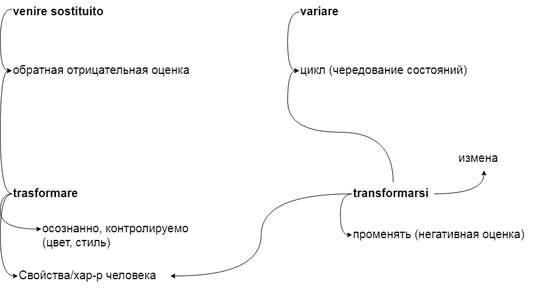
Above: обмен3.png in JanaKoko/try (draw.io), before the change. Source tidied: cells renumbered, new cells last; positions are measured from the earlier drawing's top-left corner, leaving out a move shared by most shapes.
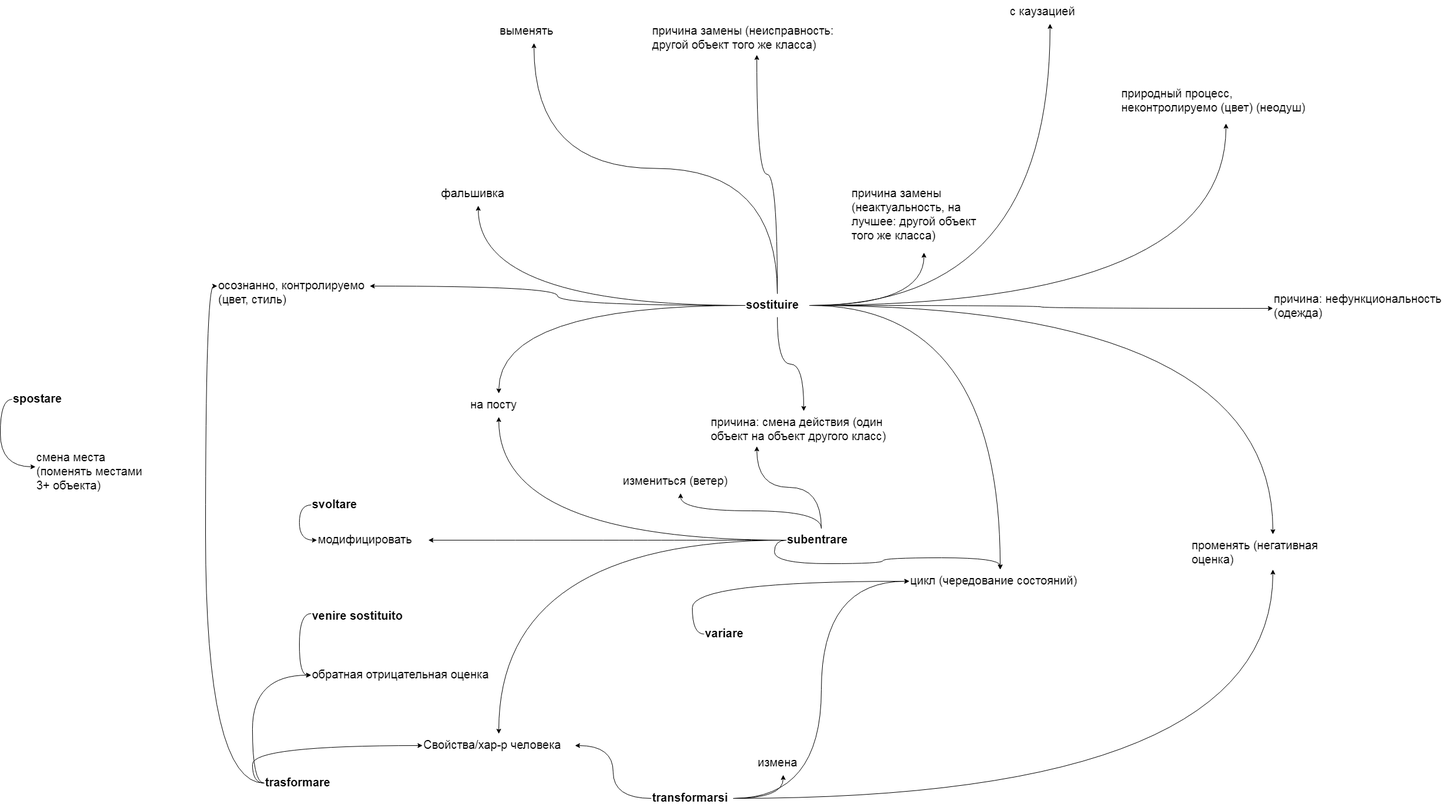
After the commit.

Diff of the diagram source:
```diff
@@ -15,10 +15,10 @@
       <mxGeometry relative="1" as="geometry" />
     </mxCell>
     <mxCell id="6" value="variare" style="text;whiteSpace=wrap;html=1;fontSize=20;fontStyle=1;" parent="1" vertex="1">
-      <mxGeometry x="490" width="90" height="40" as="geometry" />
+      <mxGeometry x="670" y="30" width="90" height="40" as="geometry" />
     </mxCell>
     <mxCell id="7" value="цикл (чередование состояний)" style="text;whiteSpace=wrap;html=1;fontSize=20;" parent="1" vertex="1">
-      <mxGeometry x="490" y="100" width="310" height="40" as="geometry" />
+      <mxGeometry x="1020" y="-60" width="310" height="40" as="geometry" />
     </mxCell>
     <mxCell id="8" style="edgeStyle=orthogonalEdgeStyle;curved=1;rounded=0;jettySize=auto;html=1;entryX=0;entryY=0.5;entryDx=0;entryDy=0;fontSize=20;exitX=0;exitY=0.5;exitDx=0;exitDy=0;" parent="1" edge="1" source="11" target="4">
       <mxGeometry relative="1" as="geometry" />
@@ -30,13 +30,13 @@
       <mxGeometry relative="1" as="geometry" />
     </mxCell>
     <mxCell id="11" value="trasformare" style="text;whiteSpace=wrap;html=1;fontSize=20;fontStyle=1;" parent="1" vertex="1">
-      <mxGeometry y="310" width="130" height="40" as="geometry" />
+      <mxGeometry x="-80" y="284" width="130" height="40" as="geometry" />
     </mxCell>
     <mxCell id="12" value="осознанно, контролируемо (цвет, стиль)" style="text;whiteSpace=wrap;html=1;fontSize=20;" parent="1" vertex="1">
-      <mxGeometry x="50" y="370" width="280" height="40" as="geometry" />
+      <mxGeometry x="-160" y="-563" width="260" height="40" as="geometry" />
     </mxCell>
     <mxCell id="13" value="Свойства/хар-р человека" style="text;whiteSpace=wrap;html=1;fontSize=20;" parent="1" vertex="1">
-      <mxGeometry x="10" y="450" width="260" height="40" as="geometry" />
+      <mxGeometry x="190" y="220" width="260" height="40" as="geometry" />
     </mxCell>
     <mxCell id="14" style="edgeStyle=orthogonalEdgeStyle;curved=1;rounded=0;jettySize=auto;html=1;entryX=0.5;entryY=1;entryDx=0;entryDy=0;fontSize=20;" parent="1" edge="1" source="18" target="19">
       <mxGeometry relative="1" as="geometry" />
@@ -47,7 +47,7 @@
     <mxCell id="16" style="edgeStyle=orthogonalEdgeStyle;curved=1;rounded=0;jettySize=auto;html=1;entryX=0;entryY=0.5;entryDx=0;entryDy=0;fontSize=20;" parent="1" edge="1" source="18" target="7">
       <mxGeometry relative="1" as="geometry" />
     </mxCell>
-    <mxCell id="17" style="edgeStyle=orthogonalEdgeStyle;curved=1;rounded=0;jettySize=auto;html=1;exitX=0;exitY=0.5;exitDx=0;exitDy=0;fontSize=20;entryX=0;entryY=0.5;entryDx=0;entryDy=0;" parent="1" edge="1" source="18" target="20">
+    <mxCell id="17" style="edgeStyle=orthogonalEdgeStyle;curved=1;rounded=0;jettySize=auto;html=1;exitX=1;exitY=0.5;exitDx=0;exitDy=0;fontSize=20;entryX=0.5;entryY=1;entryDx=0;entryDy=0;" parent="1" edge="1" source="18" target="20">
       <mxGeometry relative="1" as="geometry" />
     </mxCell>
     <mxCell id="18" value="transformarsi" style="text;whiteSpace=wrap;html=1;fontSize=20;fontStyle=1;" parent="1" vertex="1">
@@ -57,7 +57,115 @@
       <mxGeometry x="760" y="250" width="90" height="40" as="geometry" />
     </mxCell>
     <mxCell id="20" value="променять (негативная оценка)" style="text;whiteSpace=wrap;html=1;fontSize=20;" parent="1" vertex="1">
-      <mxGeometry x="580" y="380" width="320" height="40" as="geometry" />
+      <mxGeometry x="1500" y="-120" width="280" height="60" as="geometry" />
     </mxCell>
+    <mxCell id="21" style="edgeStyle=orthogonalEdgeStyle;curved=1;rounded=0;jettySize=auto;html=1;exitX=0;exitY=0.5;exitDx=0;exitDy=0;fontSize=20;entryX=0;entryY=0.5;entryDx=0;entryDy=0;" parent="1" edge="1" source="22" target="23">
+      <mxGeometry relative="1" as="geometry" />
+    </mxCell>
+    <mxCell id="22" value="svoltare" style="text;whiteSpace=wrap;html=1;fontSize=20;fontStyle=1;" parent="1" vertex="1">
+      <mxGeometry y="-190" width="100" height="40" as="geometry" />
+    </mxCell>
+    <mxCell id="23" value="модифицировать" style="text;whiteSpace=wrap;html=1;fontSize=20;" parent="1" vertex="1">
+      <mxGeometry x="10" y="-130" width="190" height="40" as="geometry" />
+    </mxCell>
+    <mxCell id="24" style="edgeStyle=orthogonalEdgeStyle;curved=1;rounded=0;jettySize=auto;html=1;exitX=0;exitY=0.5;exitDx=0;exitDy=0;fontSize=20;" parent="1" edge="1" source="30" target="7">
+      <mxGeometry relative="1" as="geometry" />
+    </mxCell>
+    <mxCell id="25" style="edgeStyle=orthogonalEdgeStyle;curved=1;rounded=0;jettySize=auto;html=1;fontSize=20;" parent="1" edge="1" source="30" target="31">
+      <mxGeometry relative="1" as="geometry" />
+    </mxCell>
+    <mxCell id="26" style="edgeStyle=orthogonalEdgeStyle;curved=1;rounded=0;jettySize=auto;html=1;entryX=1;entryY=0.5;entryDx=0;entryDy=0;fontSize=20;" parent="1" edge="1" source="30" target="23">
+      <mxGeometry relative="1" as="geometry" />
+    </mxCell>
+    <mxCell id="27" style="edgeStyle=orthogonalEdgeStyle;curved=1;rounded=0;jettySize=auto;html=1;fontSize=20;" parent="1" edge="1" source="30" target="13">
+      <mxGeometry relative="1" as="geometry" />
+    </mxCell>
+    <mxCell id="28" style="edgeStyle=orthogonalEdgeStyle;curved=1;rounded=0;jettySize=auto;html=1;entryX=0.25;entryY=1;entryDx=0;entryDy=0;fontSize=20;" parent="1" edge="1" source="30" target="32">
+      <mxGeometry relative="1" as="geometry" />
+    </mxCell>
+    <mxCell id="29" style="edgeStyle=orthogonalEdgeStyle;curved=1;rounded=0;jettySize=auto;html=1;exitX=0.5;exitY=0;exitDx=0;exitDy=0;fontSize=20;" parent="1" edge="1" source="30" target="33">
+      <mxGeometry relative="1" as="geometry" />
+    </mxCell>
+    <mxCell id="30" value="subentrare" style="text;whiteSpace=wrap;html=1;fontSize=20;fontStyle=1;" parent="1" vertex="1">
+      <mxGeometry x="810" y="-130" width="120" height="40" as="geometry" />
+    </mxCell>
+    <mxCell id="31" value="на посту" style="text;whiteSpace=wrap;html=1;fontSize=20;" parent="1" vertex="1">
+      <mxGeometry x="270" y="-360" width="100" height="40" as="geometry" />
+    </mxCell>
+    <mxCell id="32" value="причина: смена действия (один объект на объект другого класс)" style="text;whiteSpace=wrap;html=1;fontSize=20;" parent="1" vertex="1">
+      <mxGeometry x="680" y="-330" width="320" height="60" as="geometry" />
+    </mxCell>
+    <mxCell id="33" value="измениться (ветер)" style="text;whiteSpace=wrap;html=1;fontSize=20;" parent="1" vertex="1">
+      <mxGeometry x="530" y="-230" width="200" height="40" as="geometry" />
+    </mxCell>
+    <mxCell id="34" style="edgeStyle=orthogonalEdgeStyle;curved=1;rounded=0;jettySize=auto;html=1;entryX=0;entryY=0.25;entryDx=0;entryDy=0;fontSize=20;exitX=0;exitY=0.5;exitDx=0;exitDy=0;" parent="1" edge="1" source="35" target="36">
+      <mxGeometry relative="1" as="geometry" />
+    </mxCell>
+    <mxCell id="35" value="spostare" style="text;whiteSpace=wrap;html=1;fontSize=20;fontStyle=1;" parent="1" vertex="1">
+      <mxGeometry x="-510" y="-370" width="100" height="40" as="geometry" />
+    </mxCell>
+    <mxCell id="36" value="смена места (поменять местами 3+ объекта)" style="text;whiteSpace=wrap;html=1;fontSize=20;" parent="1" vertex="1">
+      <mxGeometry x="-470" y="-270" width="210" height="140" as="geometry" />
+    </mxCell>
+    <mxCell id="37" style="edgeStyle=orthogonalEdgeStyle;curved=1;rounded=0;jettySize=auto;html=1;entryX=0.5;entryY=0;entryDx=0;entryDy=0;fontSize=20;" parent="1" edge="1" source="49" target="31">
+      <mxGeometry relative="1" as="geometry" />
+    </mxCell>
+    <mxCell id="38" style="edgeStyle=orthogonalEdgeStyle;curved=1;rounded=0;jettySize=auto;html=1;exitX=1;exitY=0.5;exitDx=0;exitDy=0;entryX=0.5;entryY=1;entryDx=0;entryDy=0;fontSize=20;" parent="1" edge="1" source="49" target="50">
+      <mxGeometry relative="1" as="geometry" />
+    </mxCell>
+    <mxCell id="39" style="edgeStyle=orthogonalEdgeStyle;curved=1;rounded=0;jettySize=auto;html=1;exitX=0;exitY=0.5;exitDx=0;exitDy=0;entryX=1;entryY=0.5;entryDx=0;entryDy=0;fontSize=20;" parent="1" edge="1" source="49" target="12">
+      <mxGeometry relative="1" as="geometry" />
+    </mxCell>
+    <mxCell id="40" style="edgeStyle=orthogonalEdgeStyle;curved=1;rounded=0;jettySize=auto;html=1;fontSize=20;" parent="1" edge="1" source="49" target="51">
+      <mxGeometry relative="1" as="geometry" />
+    </mxCell>
+    <mxCell id="41" style="edgeStyle=orthogonalEdgeStyle;curved=1;rounded=0;jettySize=auto;html=1;exitX=0.5;exitY=0;exitDx=0;exitDy=0;entryX=0.5;entryY=1;entryDx=0;entryDy=0;fontSize=20;" parent="1" edge="1" source="49" target="52">
+      <mxGeometry relative="1" as="geometry" />
+    </mxCell>
+    <mxCell id="42" style="edgeStyle=orthogonalEdgeStyle;curved=1;rounded=0;jettySize=auto;html=1;exitX=0.5;exitY=0;exitDx=0;exitDy=0;fontSize=20;" parent="1" edge="1" source="49" target="53">
+      <mxGeometry relative="1" as="geometry" />
+    </mxCell>
+    <mxCell id="43" style="edgeStyle=orthogonalEdgeStyle;curved=1;rounded=0;jettySize=auto;html=1;entryX=0.5;entryY=0;entryDx=0;entryDy=0;fontSize=20;" parent="1" edge="1" source="49" target="7">
+      <mxGeometry relative="1" as="geometry" />
+    </mxCell>
+    <mxCell id="44" style="edgeStyle=orthogonalEdgeStyle;curved=1;rounded=0;jettySize=auto;html=1;fontSize=20;" parent="1" edge="1" source="49" target="32">
+      <mxGeometry relative="1" as="geometry" />
+    </mxCell>
+    <mxCell id="45" style="edgeStyle=orthogonalEdgeStyle;curved=1;rounded=0;jettySize=auto;html=1;exitX=1;exitY=0.5;exitDx=0;exitDy=0;fontSize=20;" parent="1" edge="1" source="49" target="54">
+      <mxGeometry relative="1" as="geometry" />
+    </mxCell>
+    <mxCell id="46" style="edgeStyle=orthogonalEdgeStyle;curved=1;rounded=0;jettySize=auto;html=1;entryX=0.5;entryY=0;entryDx=0;entryDy=0;fontSize=20;" parent="1" edge="1" source="49" target="20">
+      <mxGeometry relative="1" as="geometry" />
+    </mxCell>
+    <mxCell id="47" style="edgeStyle=orthogonalEdgeStyle;curved=1;rounded=0;jettySize=auto;html=1;entryX=0.5;entryY=1;entryDx=0;entryDy=0;fontSize=20;" parent="1" edge="1" source="49" target="55">
+      <mxGeometry relative="1" as="geometry" />
+    </mxCell>
+    <mxCell id="48" style="edgeStyle=orthogonalEdgeStyle;curved=1;rounded=0;jettySize=auto;html=1;entryX=0;entryY=0.5;entryDx=0;entryDy=0;fontSize=20;" parent="1" edge="1" source="49" target="56">
+      <mxGeometry relative="1" as="geometry" />
+    </mxCell>
+    <mxCell id="49" value="sostituire" style="text;whiteSpace=wrap;html=1;fontSize=20;fontStyle=1;" parent="1" vertex="1">
+      <mxGeometry x="740" y="-530" width="110" height="40" as="geometry" />
+    </mxCell>
+    <mxCell id="50" value="причина замены (неактуальность, на лучшее: другой объект того же класса)" style="text;whiteSpace=wrap;html=1;fontSize=20;" parent="1" vertex="1">
+      <mxGeometry x="920" y="-720" width="250" height="120" as="geometry" />
+    </mxCell>
+    <mxCell id="51" value="фальшивка" style="text;whiteSpace=wrap;html=1;fontSize=20;" parent="1" vertex="1">
+      <mxGeometry x="220" y="-720" width="130" height="40" as="geometry" />
+    </mxCell>
+    <mxCell id="52" value="причина замены (неисправность: другой объект того же класса)" style="text;whiteSpace=wrap;html=1;fontSize=20;" parent="1" vertex="1">
+      <mxGeometry x="580" y="-997" width="360" height="60" as="geometry" />
+    </mxCell>
+    <mxCell id="53" value="выменять" style="text;whiteSpace=wrap;html=1;fontSize=20;" parent="1" vertex="1">
+      <mxGeometry x="320" y="-997" width="120" height="40" as="geometry" />
+    </mxCell>
+    <mxCell id="54" value="с каузацией" style="text;whiteSpace=wrap;html=1;fontSize=20;" parent="1" vertex="1">
+      <mxGeometry x="1190" y="-1030" width="140" height="40" as="geometry" />
+    </mxCell>
+    <mxCell id="55" value="природный процесс, неконтролируемо (цвет) (неодуш)" style="text;whiteSpace=wrap;html=1;fontSize=20;" parent="1" vertex="1">
+      <mxGeometry x="1380" y="-890" width="360" height="70" as="geometry" />
+    </mxCell>
+    <mxCell id="56" value="причина: нефункциональность (одежда)" style="text;whiteSpace=wrap;html=1;fontSize=20;" parent="1" vertex="1">
+      <mxGeometry x="1640" y="-540" width="310" height="70" as="geometry" />
+    </mxCell>
   </root>
 </mxGraphModel>
```
